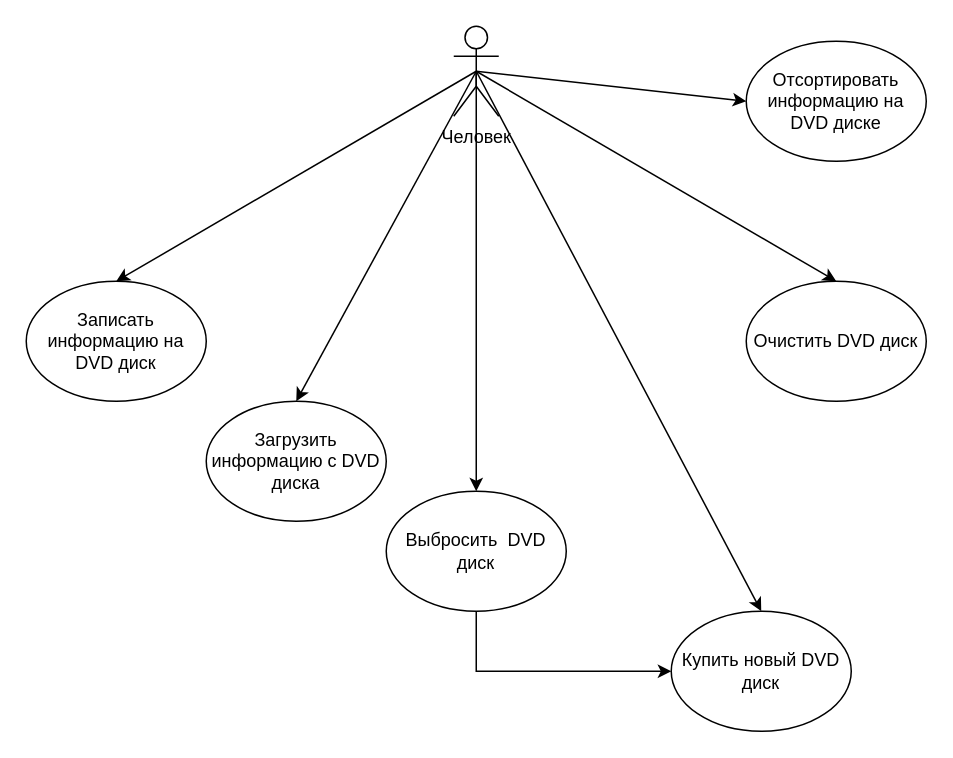
The draw.io diagram Diagram_Precedent.drawio in VyugaSW/Diagrams_1, before the edit. Source tidied: cells renumbered, new cells numbered last; positions are measured from the earlier drawing's top-left corner, leaving out a move shared by most shapes. Both pictures are drawn from the tidied source at 150%, with x=0, y=0 at pixel (26, 26).
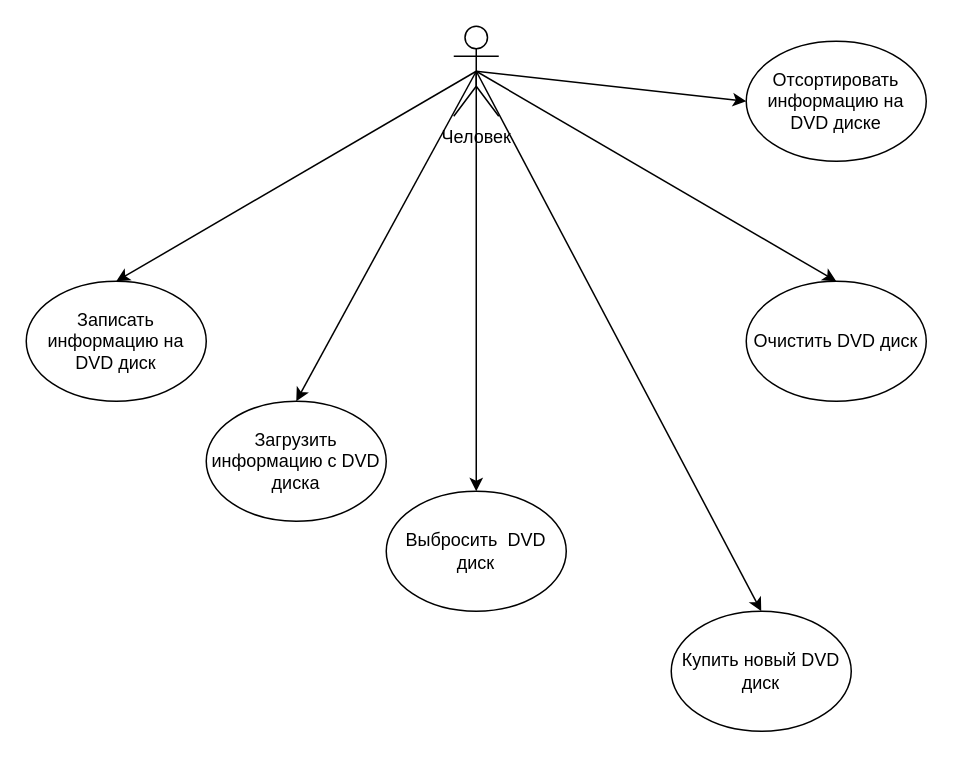
Above is the later version.

What changed in the source:
```diff
@@
 <mxGraphModel>
   <root>
     <mxCell id="0" />
     <mxCell id="1" parent="0" />
     <mxCell id="2" value="Человек&lt;br&gt;" style="shape=umlActor;verticalLabelPosition=bottom;verticalAlign=top;html=1;outlineConnect=0;" parent="1" vertex="1">
       <mxGeometry x="285" width="30" height="60" as="geometry" />
     </mxCell>
     <mxCell id="3" value="Записать информацию на DVD диск" style="ellipse;whiteSpace=wrap;html=1;" parent="1" vertex="1">
       <mxGeometry y="170" width="120" height="80" as="geometry" />
     </mxCell>
     <mxCell id="4" value="Загрузить информацию с DVD диска" style="ellipse;whiteSpace=wrap;html=1;" parent="1" vertex="1">
       <mxGeometry x="120" y="250" width="120" height="80" as="geometry" />
     </mxCell>
     <mxCell id="5" value="Выбросить&amp;nbsp; DVD диск" style="ellipse;whiteSpace=wrap;html=1;" parent="1" vertex="1">
       <mxGeometry x="240" y="310" width="120" height="80" as="geometry" />
     </mxCell>
     <mxCell id="6" value="Очистить DVD диск" style="ellipse;whiteSpace=wrap;html=1;" parent="1" vertex="1">
       <mxGeometry x="480" y="170" width="120" height="80" as="geometry" />
     </mxCell>
     <mxCell id="7" value="Отсортировать информацию на DVD диске" style="ellipse;whiteSpace=wrap;html=1;" parent="1" vertex="1">
       <mxGeometry x="480" y="10" width="120" height="80" as="geometry" />
     </mxCell>
     <mxCell id="8" style="endArrow=classic;html=1;rounded=0;entryX=0.5;entryY=0;entryDx=0;entryDy=0;exitX=0.5;exitY=0.5;exitDx=0;exitDy=0;exitPerimeter=0;" parent="1" edge="1" source="2" target="3">
       <mxGeometry relative="1" as="geometry" />
     </mxCell>
-    <mxCell id="9" style="endArrow=classic;html=1;rounded=0;exitX=0.5;exitY=1;exitDx=0;exitDy=0;entryX=0;entryY=0.5;entryDx=0;entryDy=0;" parent="1" edge="1" source="5" target="10">
-      <mxGeometry relative="1" as="geometry">
-        <Array as="points">
-          <mxPoint x="300" y="430" />
-        </Array>
-      </mxGeometry>
-    </mxCell>
     <mxCell id="10" value="Купить новый DVD диск" style="ellipse;whiteSpace=wrap;html=1;" parent="1" vertex="1">
       <mxGeometry x="430" y="390" width="120" height="80" as="geometry" />
     </mxCell>
     <mxCell id="11" style="endArrow=classic;html=1;rounded=0;exitX=0.5;exitY=0.5;exitDx=0;exitDy=0;exitPerimeter=0;entryX=0.5;entryY=0;entryDx=0;entryDy=0;" parent="1" edge="1" source="2" target="4">
       <mxGeometry relative="1" as="geometry" />
     </mxCell>
     <mxCell id="12" style="endArrow=classic;html=1;rounded=0;exitX=0.5;exitY=0.5;exitDx=0;exitDy=0;exitPerimeter=0;entryX=0.5;entryY=0;entryDx=0;entryDy=0;" parent="1" edge="1" source="2" target="5">
       <mxGeometry relative="1" as="geometry" />
     </mxCell>
     <mxCell id="13" style="endArrow=classic;html=1;rounded=0;entryX=0.5;entryY=0;entryDx=0;entryDy=0;exitX=0.5;exitY=0.5;exitDx=0;exitDy=0;exitPerimeter=0;" parent="1" edge="1" source="2" target="6">
       <mxGeometry relative="1" as="geometry" />
     </mxCell>
     <mxCell id="14" style="endArrow=classic;html=1;rounded=0;entryX=0.5;entryY=0;entryDx=0;entryDy=0;" parent="1" edge="1" target="10">
       <mxGeometry relative="1" as="geometry">
         <mxPoint x="300" y="30" as="sourcePoint" />
       </mxGeometry>
     </mxCell>
     <mxCell id="15" style="endArrow=classic;html=1;rounded=0;entryX=0;entryY=0.5;entryDx=0;entryDy=0;" parent="1" edge="1" target="7">
       <mxGeometry relative="1" as="geometry">
         <mxPoint x="300" y="30" as="sourcePoint" />
       </mxGeometry>
     </mxCell>
   </root>
 </mxGraphModel>
```
